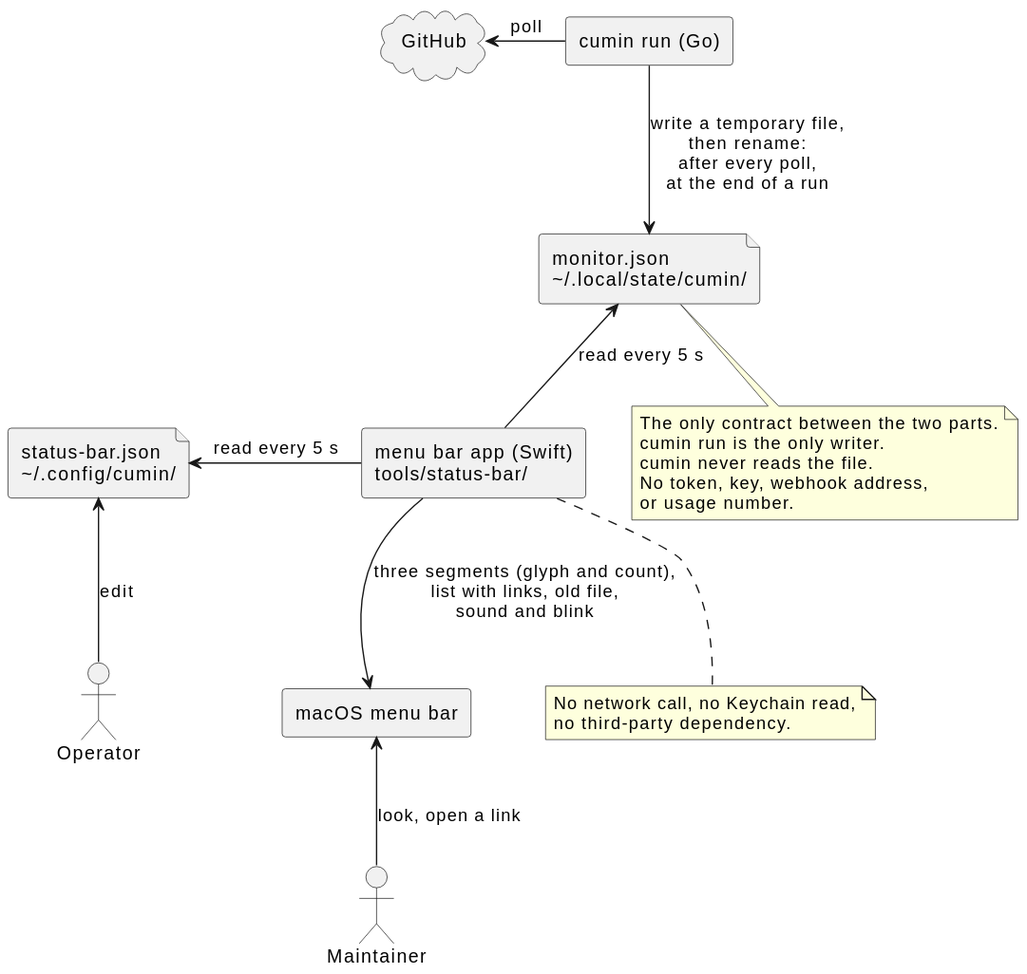
Before: docs/ja/designs/status-menu-bar.svg, a diagram exported from PlantUML (cloveclovedev/cumin-works).
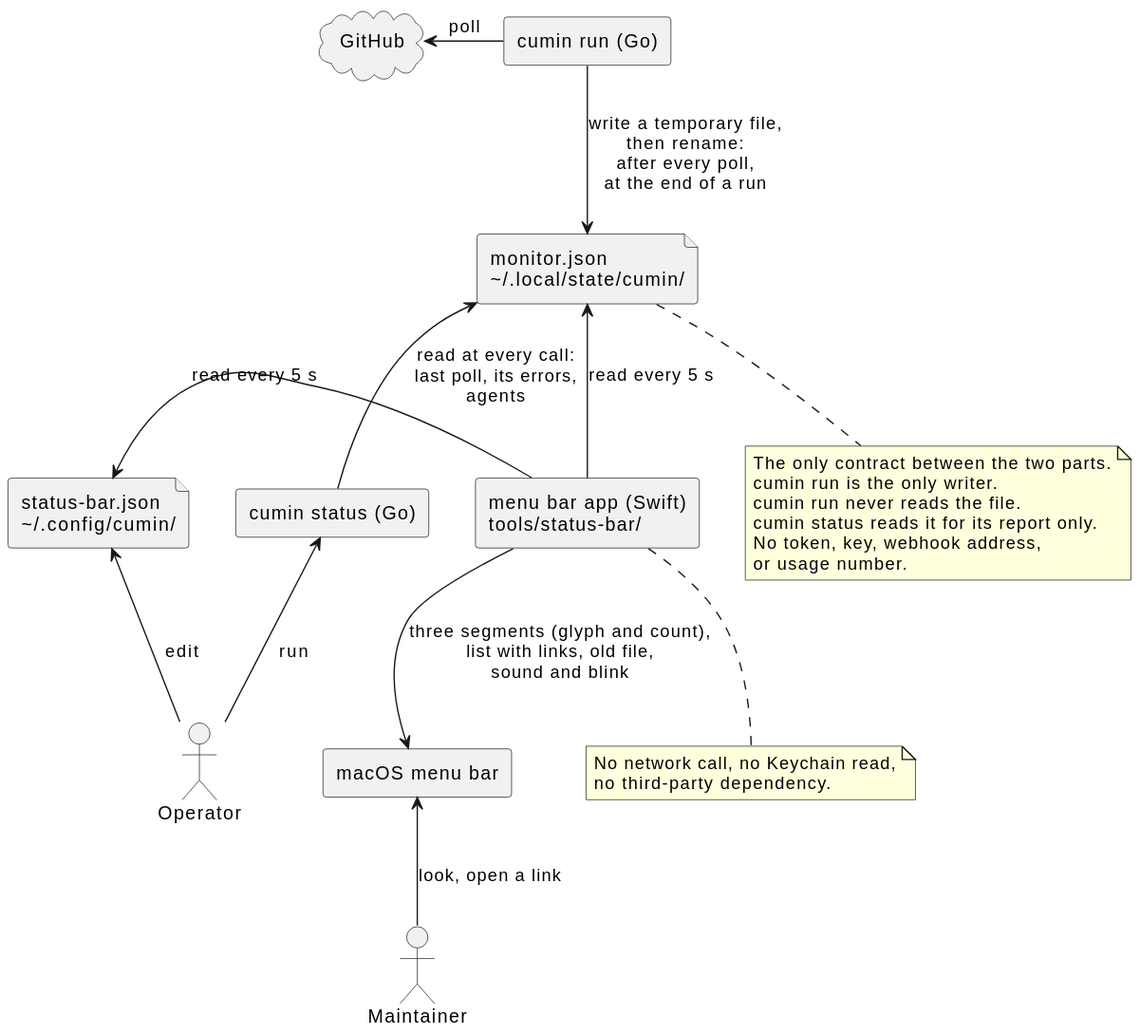
Later version of the same file.

The edit, as a diff of the source:
```diff
@@ -11,10 +11,13 @@
 file "status-bar.json\n&#126;/.config/cumin/" as config
 rectangle "menu bar app (Swift)\ntools/status-bar/" as app
 rectangle "macOS menu bar" as bar
+rectangle "cumin status (Go)" as statuscmd
 
 run -left-> github : poll
 run --> status : write a temporary file,\nthen rename:\nafter every poll,\nat the end of a run
 app -up-> status : read every 5 s
+statuscmd -up-> status : read at every call:\nlast poll, its errors,\nagents
+Operator -up-> statuscmd : run
 app -left-> config : read every 5 s
 app --> bar : three segments (glyph and count),\nlist with links, old file,\nsound and blink
 Maintainer -up-> bar : look, open a link
@@ -23,7 +26,8 @@
 note bottom of status
   The only contract between the two parts.
   cumin run is the only writer.
-  cumin never reads the file.
+  cumin run never reads the file.
+  cumin status reads it for its report only.
   No token, key, webhook address,
   or usage number.
 end note
```
